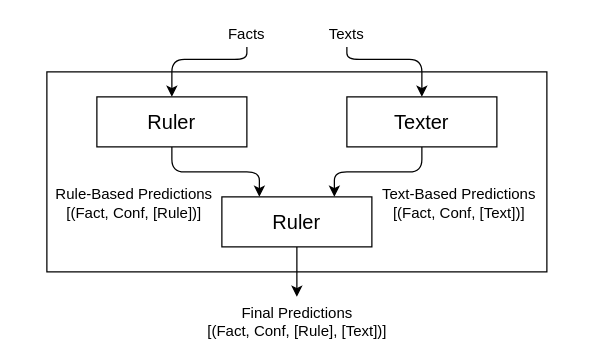
Before: src/4_approach/power_architecture.drawio in TobiasUhmann/thesis-latex, a draw.io diagram. Source tidied: cells renumbered, new cells numbered last; positions are measured from the earlier drawing's top-left corner, leaving out a move shared by most shapes. Both pictures are drawn from the tidied source at 125%, with x=0, y=0 at pixel (21, 21).
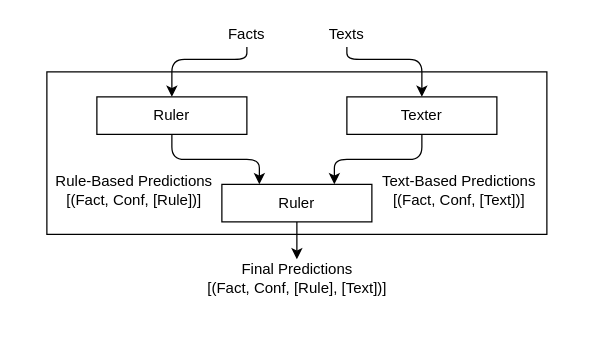
The same page after the edit.

Change to the diagram source:
```diff
@@
     <mxCell id="2" style="rounded=0;whiteSpace=wrap;html=1;" parent="1" vertex="1">
-      <mxGeometry x="20" y="40" width="400" height="160" as="geometry" />
+      <mxGeometry x="20" y="40" width="400" height="130" as="geometry" />
     </mxCell>
@@
-    <mxCell id="4" value="&lt;font style=&quot;font-size: 16px&quot;&gt;Ruler&lt;/font&gt;" style="rounded=0;whiteSpace=wrap;html=1;" parent="1" vertex="1">
-      <mxGeometry x="60" y="60" width="120" height="40" as="geometry" />
+    <mxCell id="4" value="&lt;font style=&quot;font-size: 12px;&quot;&gt;Ruler&lt;/font&gt;" style="rounded=0;whiteSpace=wrap;html=1;fontSize=12;" parent="1" vertex="1">
+      <mxGeometry x="60" y="60" width="120" height="30" as="geometry" />
     </mxCell>
     <mxCell id="5" style="edgeStyle=orthogonalEdgeStyle;rounded=1;jettySize=auto;html=1;exitX=0.5;exitY=1;exitDx=0;exitDy=0;entryX=0.75;entryY=0;entryDx=0;entryDy=0;" parent="1" edge="1" source="6" target="7">
       <mxGeometry relative="1" as="geometry">
         <Array as="points">
-          <mxPoint x="320" y="120" />
-          <mxPoint x="250" y="120" />
+          <mxPoint x="320" y="110" />
+          <mxPoint x="250" y="110" />
         </Array>
       </mxGeometry>
     </mxCell>
-    <mxCell id="6" value="&lt;font style=&quot;font-size: 16px&quot;&gt;Texter&lt;/font&gt;" style="rounded=0;whiteSpace=wrap;html=1;" parent="1" vertex="1">
-      <mxGeometry x="260" y="60" width="120" height="40" as="geometry" />
+    <mxCell id="6" value="&lt;font style=&quot;font-size: 12px;&quot;&gt;Texter&lt;/font&gt;" style="rounded=0;whiteSpace=wrap;html=1;fontSize=12;" parent="1" vertex="1">
+      <mxGeometry x="260" y="60" width="120" height="30" as="geometry" />
     </mxCell>
-    <mxCell id="7" value="&lt;font style=&quot;font-size: 16px&quot;&gt;Ruler&lt;/font&gt;" style="rounded=0;whiteSpace=wrap;html=1;" parent="1" vertex="1">
-      <mxGeometry x="160" y="140" width="120" height="40" as="geometry" />
+    <mxCell id="7" value="&lt;font style=&quot;font-size: 12px;&quot;&gt;Ruler&lt;/font&gt;" style="rounded=0;whiteSpace=wrap;html=1;fontSize=12;" parent="1" vertex="1">
+      <mxGeometry x="160" y="130" width="120" height="30" as="geometry" />
     </mxCell>
@@
-    <mxCell id="12" style="endArrow=classic;html=1;exitX=0.5;exitY=1;exitDx=0;exitDy=0;" parent="1" edge="1" source="7">
-      <mxGeometry relative="1" as="geometry">
-        <mxPoint x="220" y="220" as="targetPoint" />
-      </mxGeometry>
+    <mxCell id="12" style="endArrow=classic;html=1;exitX=0.5;exitY=1;exitDx=0;exitDy=0;entryX=0.5;entryY=0;entryDx=0;entryDy=0;" parent="1" edge="1" source="7" target="13">
+      <mxGeometry relative="1" as="geometry" />
     </mxCell>
     <mxCell id="13" value="&lt;font style=&quot;font-size: 12px&quot;&gt;Final Predictions&lt;br&gt;[(Fact, Conf, [Rule], [Text])]&lt;br&gt;&lt;/font&gt;" style="text;html=1;strokeColor=none;fillColor=none;align=center;verticalAlign=middle;whiteSpace=wrap;rounded=0;" parent="1" vertex="1">
-      <mxGeometry x="112.5" y="230" width="215" height="20" as="geometry" />
+      <mxGeometry x="112.5" y="190" width="215" height="30" as="geometry" />
     </mxCell>
     <mxCell id="14" value="&lt;font style=&quot;font-size: 12px&quot;&gt;Rule-Based Predictions&lt;br&gt;[(Fact, Conf, [Rule])]&lt;br&gt;&lt;/font&gt;" style="text;html=1;strokeColor=none;fillColor=none;align=center;verticalAlign=middle;whiteSpace=wrap;rounded=0;" parent="1" vertex="1">
-      <mxGeometry y="130" width="180" height="30" as="geometry" />
+      <mxGeometry y="120" width="180" height="30" as="geometry" />
     </mxCell>
     <mxCell id="15" value="&lt;font style=&quot;font-size: 12px&quot;&gt;Text-Based Predictions&lt;br&gt;[(Fact, Conf, [Text])]&lt;br&gt;&lt;/font&gt;" style="text;html=1;strokeColor=none;fillColor=none;align=center;verticalAlign=middle;whiteSpace=wrap;rounded=0;" parent="1" vertex="1">
-      <mxGeometry x="260" y="130" width="180" height="30" as="geometry" />
+      <mxGeometry x="260" y="120" width="180" height="30" as="geometry" />
     </mxCell>
```
